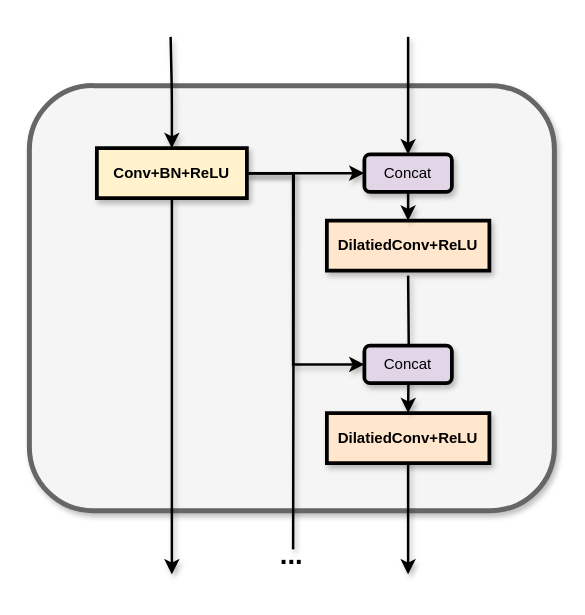
Before: Asymmetric_Cross_Path/d_alltoone.drawio in KopiSoftware/draw_cc_cloud, a draw.io diagram. Source tidied: cells renumbered, new cells numbered last; positions are measured from the earlier drawing's top-left corner, leaving out a move shared by most shapes. Both pictures are drawn from the tidied source at 125%, with x=0, y=0 at pixel (29, 36).
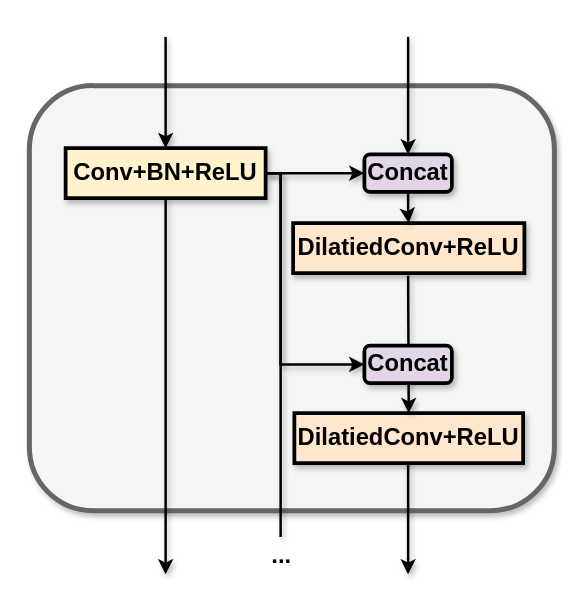
After the change.

Diff of the diagram source:
```diff
@@
-    <mxCell id="2" style="rounded=1;whiteSpace=wrap;html=1;fillColor=#f5f5f5;strokeColor=#666666;strokeWidth=4;fontColor=#333333;shadow=1;" parent="1" vertex="1">
+    <mxCell id="2" style="rounded=1;whiteSpace=wrap;html=1;fillColor=#f5f5f5;strokeColor=#666666;strokeWidth=4;fontColor=#333333;shadow=1;fontSize=19;" parent="1" vertex="1">
       <mxGeometry y="39" width="420" height="340" as="geometry" />
     </mxCell>
-    <mxCell id="3" style="edgeStyle=orthogonalEdgeStyle;rounded=1;jettySize=auto;html=1;strokeWidth=2;shadow=1;endArrow=none;endFill=0;startArrow=classic;startFill=1;" parent="1" edge="1" source="7">
+    <mxCell id="3" style="edgeStyle=orthogonalEdgeStyle;rounded=1;jettySize=auto;html=1;strokeWidth=2;shadow=1;endArrow=none;endFill=0;startArrow=classic;startFill=1;fontSize=19;" parent="1" edge="1" source="7">
       <mxGeometry relative="1" as="geometry">
-        <mxPoint x="113" as="targetPoint" />
+        <mxPoint x="109" as="targetPoint" />
+        <Array as="points">
+          <mxPoint x="109" />
+        </Array>
       </mxGeometry>
     </mxCell>
-    <mxCell id="4" style="edgeStyle=orthogonalEdgeStyle;rounded=0;jettySize=auto;html=1;entryX=0;entryY=0.5;entryDx=0;entryDy=0;strokeWidth=2;shadow=1;" parent="1" edge="1" source="7" target="17">
+    <mxCell id="4" style="edgeStyle=orthogonalEdgeStyle;rounded=0;jettySize=auto;html=1;entryX=0;entryY=0.5;entryDx=0;entryDy=0;strokeWidth=2;shadow=1;fontSize=19;" parent="1" edge="1" source="7" target="17">
       <mxGeometry relative="1" as="geometry" />
     </mxCell>
-    <mxCell id="5" style="edgeStyle=orthogonalEdgeStyle;rounded=0;jettySize=auto;html=1;exitX=1;exitY=0.5;exitDx=0;exitDy=0;entryX=0;entryY=0.5;entryDx=0;entryDy=0;strokeWidth=2;shadow=1;" parent="1" edge="1" source="7" target="13">
+    <mxCell id="5" style="edgeStyle=orthogonalEdgeStyle;rounded=0;jettySize=auto;html=1;exitX=1;exitY=0.5;exitDx=0;exitDy=0;entryX=0;entryY=0.5;entryDx=0;entryDy=0;strokeWidth=2;shadow=1;fontSize=19;" parent="1" edge="1" source="7" target="13">
       <mxGeometry relative="1" as="geometry">
         <Array as="points">
-          <mxPoint x="211" y="109" />
-          <mxPoint x="211" y="262" />
+          <mxPoint x="201" y="109" />
+          <mxPoint x="201" y="262" />
         </Array>
       </mxGeometry>
     </mxCell>
-    <mxCell id="6" style="edgeStyle=orthogonalEdgeStyle;rounded=0;jettySize=auto;html=1;exitX=1;exitY=0.5;exitDx=0;exitDy=0;endArrow=none;endFill=0;strokeWidth=2;shadow=1;" parent="1" edge="1" source="7">
+    <mxCell id="6" style="edgeStyle=orthogonalEdgeStyle;rounded=0;jettySize=auto;html=1;exitX=1;exitY=0.5;exitDx=0;exitDy=0;endArrow=none;endFill=0;strokeWidth=2;shadow=1;fontSize=19;" parent="1" edge="1" source="7" target="18">
       <mxGeometry relative="1" as="geometry">
-        <mxPoint x="211" y="410" as="targetPoint" />
+        <Array as="points">
+          <mxPoint x="201" y="109" />
+        </Array>
       </mxGeometry>
     </mxCell>
-    <mxCell id="7" value="&lt;b&gt;Conv+BN+ReLU&lt;/b&gt;" style="rounded=0;whiteSpace=wrap;html=1;fillColor=#fff2cc;strokeColor=#000000;strokeWidth=3;shadow=1;" parent="1" vertex="1">
-      <mxGeometry x="54" y="89" width="120" height="40" as="geometry" />
+    <mxCell id="7" value="&lt;b style=&quot;font-size: 19px;&quot;&gt;Conv+BN+ReLU&lt;/b&gt;" style="rounded=0;whiteSpace=wrap;html=1;fillColor=#fff2cc;strokeColor=#000000;strokeWidth=3;shadow=1;fontSize=19;" parent="1" vertex="1">
+      <mxGeometry x="29" y="89" width="160" height="40" as="geometry" />
     </mxCell>
-    <mxCell id="8" style="edgeStyle=orthogonalEdgeStyle;rounded=0;orthogonalLoop=1;jettySize=auto;html=1;exitX=0.5;exitY=1;exitDx=0;exitDy=0;strokeWidth=2;shadow=1;" parent="1" edge="1">
+    <mxCell id="8" style="edgeStyle=orthogonalEdgeStyle;rounded=0;orthogonalLoop=1;jettySize=auto;html=1;exitX=0.5;exitY=1;exitDx=0;exitDy=0;strokeWidth=2;shadow=1;fontSize=19;" parent="1" edge="1">
       <mxGeometry relative="1" as="geometry">
         <mxPoint x="303" y="323" as="sourcePoint" />
         <mxPoint x="303" y="430" as="targetPoint" />
       </mxGeometry>
     </mxCell>
-    <mxCell id="9" value="&lt;b style=&quot;border-color: var(--border-color);&quot;&gt;DilatiedConv+ReLU&lt;/b&gt;" style="rounded=0;whiteSpace=wrap;html=1;fillColor=#ffe6cc;strokeColor=#000000;strokeWidth=3;shadow=1;" parent="1" vertex="1">
-      <mxGeometry x="238" y="301" width="130" height="40" as="geometry" />
+    <mxCell id="9" value="&lt;b style=&quot;border-color: var(--border-color); font-size: 19px;&quot;&gt;DilatiedConv+ReLU&lt;/b&gt;" style="rounded=0;whiteSpace=wrap;html=1;fillColor=#ffe6cc;strokeColor=#000000;strokeWidth=3;shadow=1;fontSize=19;" parent="1" vertex="1">
+      <mxGeometry x="212" y="301" width="183" height="40" as="geometry" />
     </mxCell>
-    <mxCell id="10" style="edgeStyle=orthogonalEdgeStyle;rounded=0;jettySize=auto;html=1;entryX=0.5;entryY=0;entryDx=0;entryDy=0;strokeWidth=2;shadow=1;" parent="1" edge="1" target="9">
+    <mxCell id="10" style="edgeStyle=orthogonalEdgeStyle;rounded=0;jettySize=auto;html=1;entryX=0.5;entryY=0;entryDx=0;entryDy=0;strokeWidth=2;shadow=1;fontSize=19;" parent="1" edge="1" target="9">
       <mxGeometry relative="1" as="geometry">
         <mxPoint x="303" y="191" as="sourcePoint" />
       </mxGeometry>
     </mxCell>
-    <mxCell id="11" style="edgeStyle=orthogonalEdgeStyle;rounded=0;jettySize=auto;html=1;exitX=0.5;exitY=0;exitDx=0;exitDy=0;shadow=1;" parent="1" edge="1" source="12">
+    <mxCell id="11" style="edgeStyle=orthogonalEdgeStyle;rounded=0;jettySize=auto;html=1;exitX=0.5;exitY=0;exitDx=0;exitDy=0;shadow=1;fontSize=19;" parent="1" edge="1" source="12">
       <mxGeometry relative="1" as="geometry">
         <mxPoint x="303" y="147" as="targetPoint" />
       </mxGeometry>
     </mxCell>
-    <mxCell id="12" value="&lt;b style=&quot;border-color: var(--border-color);&quot;&gt;DilatiedConv+ReLU&lt;/b&gt;" style="rounded=0;whiteSpace=wrap;html=1;fillColor=#ffe6cc;strokeColor=#000000;strokeWidth=3;shadow=1;" parent="1" vertex="1">
-      <mxGeometry x="238" y="147" width="130" height="40" as="geometry" />
+    <mxCell id="12" value="&lt;b style=&quot;border-color: var(--border-color); font-size: 19px;&quot;&gt;DilatiedConv+ReLU&lt;/b&gt;" style="rounded=0;whiteSpace=wrap;html=1;fillColor=#ffe6cc;strokeColor=#000000;strokeWidth=3;shadow=1;fontSize=19;" parent="1" vertex="1">
+      <mxGeometry x="211" y="149" width="185" height="40" as="geometry" />
     </mxCell>
-    <mxCell id="13" value="Concat" style="rounded=1;whiteSpace=wrap;html=1;strokeWidth=3;shadow=1;fillColor=#e1d5e7;strokeColor=#000000;" parent="1" vertex="1">
+    <mxCell id="13" value="Concat" style="rounded=1;whiteSpace=wrap;html=1;strokeWidth=3;shadow=1;fillColor=#e1d5e7;strokeColor=#000000;fontSize=19;fontStyle=1;" parent="1" vertex="1">
       <mxGeometry x="268" y="247" width="70" height="30" as="geometry" />
     </mxCell>
-    <mxCell id="14" style="edgeStyle=orthogonalEdgeStyle;rounded=0;jettySize=auto;html=1;strokeWidth=2;exitX=0.5;exitY=1;exitDx=0;exitDy=0;shadow=1;" parent="1" edge="1" source="7">
+    <mxCell id="14" style="edgeStyle=orthogonalEdgeStyle;rounded=0;jettySize=auto;html=1;strokeWidth=2;exitX=0.5;exitY=1;exitDx=0;exitDy=0;shadow=1;fontSize=19;" parent="1" edge="1" source="7">
       <mxGeometry relative="1" as="geometry">
-        <mxPoint x="114" y="430" as="targetPoint" />
+        <mxPoint x="109" y="430" as="targetPoint" />
+        <Array as="points">
+          <mxPoint x="109" y="430" />
+        </Array>
       </mxGeometry>
     </mxCell>
-    <mxCell id="15" style="edgeStyle=orthogonalEdgeStyle;rounded=0;jettySize=auto;html=1;entryX=0.5;entryY=0;entryDx=0;entryDy=0;strokeWidth=2;shadow=1;" parent="1" edge="1" source="17" target="12">
+    <mxCell id="15" style="edgeStyle=orthogonalEdgeStyle;rounded=0;jettySize=auto;html=1;entryX=0.5;entryY=0;entryDx=0;entryDy=0;strokeWidth=2;shadow=1;fontSize=19;" parent="1" edge="1" source="17" target="12">
       <mxGeometry relative="1" as="geometry" />
     </mxCell>
-    <mxCell id="16" style="edgeStyle=orthogonalEdgeStyle;rounded=0;jettySize=auto;html=1;endArrow=none;endFill=0;startArrow=classic;startFill=1;strokeWidth=2;shadow=1;" parent="1" edge="1" source="17">
+    <mxCell id="16" style="edgeStyle=orthogonalEdgeStyle;rounded=0;jettySize=auto;html=1;endArrow=none;endFill=0;startArrow=classic;startFill=1;strokeWidth=2;shadow=1;fontSize=19;" parent="1" edge="1" source="17">
       <mxGeometry relative="1" as="geometry">
         <mxPoint x="303" as="targetPoint" />
       </mxGeometry>
     </mxCell>
-    <mxCell id="17" value="Concat" style="rounded=1;whiteSpace=wrap;html=1;strokeWidth=3;shadow=1;fillColor=#e1d5e7;strokeColor=#000000;" parent="1" vertex="1">
+    <mxCell id="17" value="Concat" style="rounded=1;whiteSpace=wrap;html=1;strokeWidth=3;shadow=1;fillColor=#e1d5e7;strokeColor=#000000;fontSize=19;fontStyle=1;" parent="1" vertex="1">
       <mxGeometry x="268" y="94" width="70" height="30" as="geometry" />
     </mxCell>
-    <mxCell id="18" value="&lt;b&gt;&lt;font style=&quot;font-size: 22px;&quot;&gt;...&lt;/font&gt;&lt;/b&gt;" style="text;html=1;strokeColor=none;fillColor=none;align=center;verticalAlign=middle;whiteSpace=wrap;rounded=0;shadow=1;" parent="1" vertex="1">
-      <mxGeometry x="180" y="400" width="60" height="30" as="geometry" />
+    <mxCell id="18" value="&lt;b style=&quot;font-size: 19px;&quot;&gt;&lt;font style=&quot;font-size: 19px;&quot;&gt;...&lt;/font&gt;&lt;/b&gt;" style="text;html=1;strokeColor=none;fillColor=none;align=center;verticalAlign=middle;whiteSpace=wrap;rounded=0;shadow=1;fontSize=19;" parent="1" vertex="1">
+      <mxGeometry x="172" y="400" width="60" height="30" as="geometry" />
     </mxCell>
```
